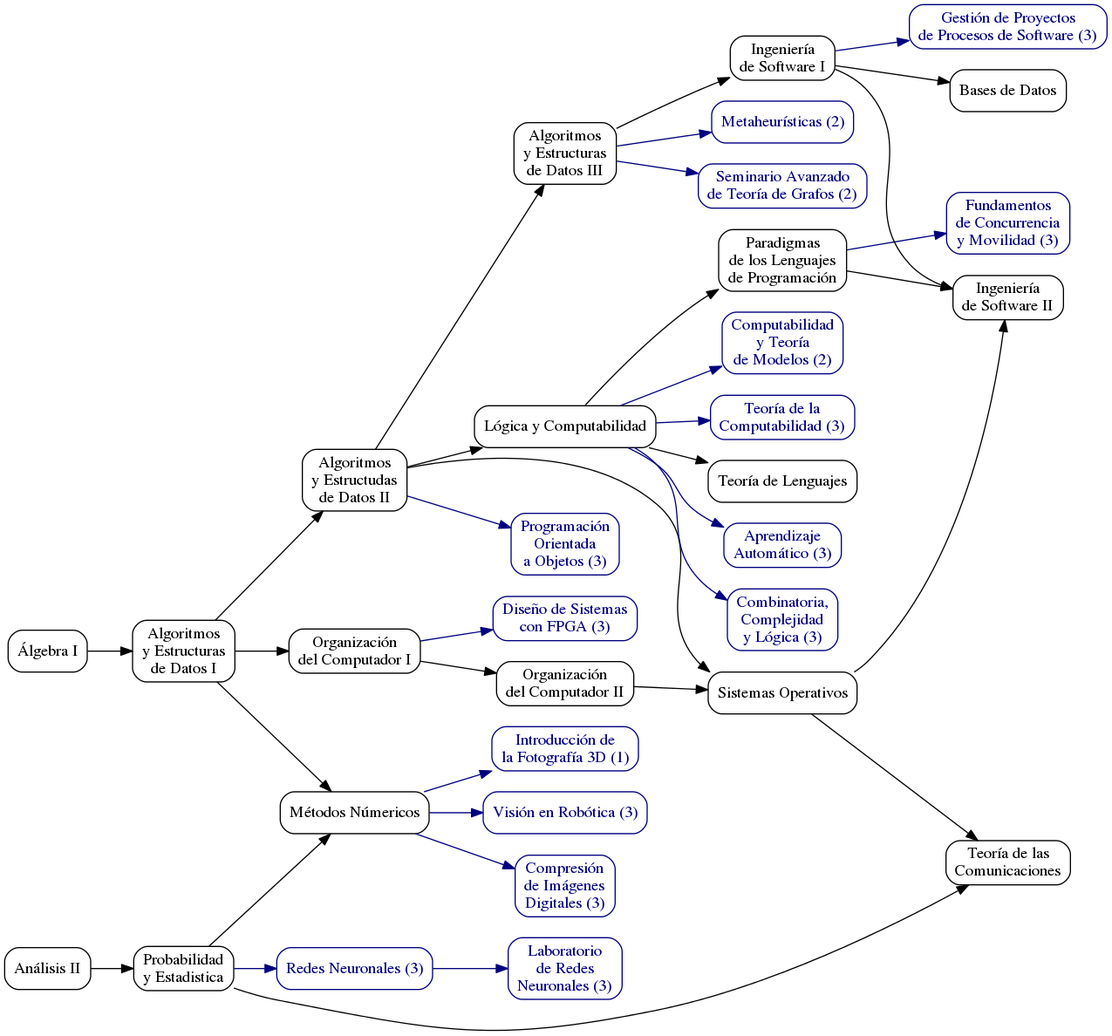
Before: Graph.png, a diagram exported from Graphviz (mfixman/Grafo-DC). Its source is kept beside it as Graph.dot.
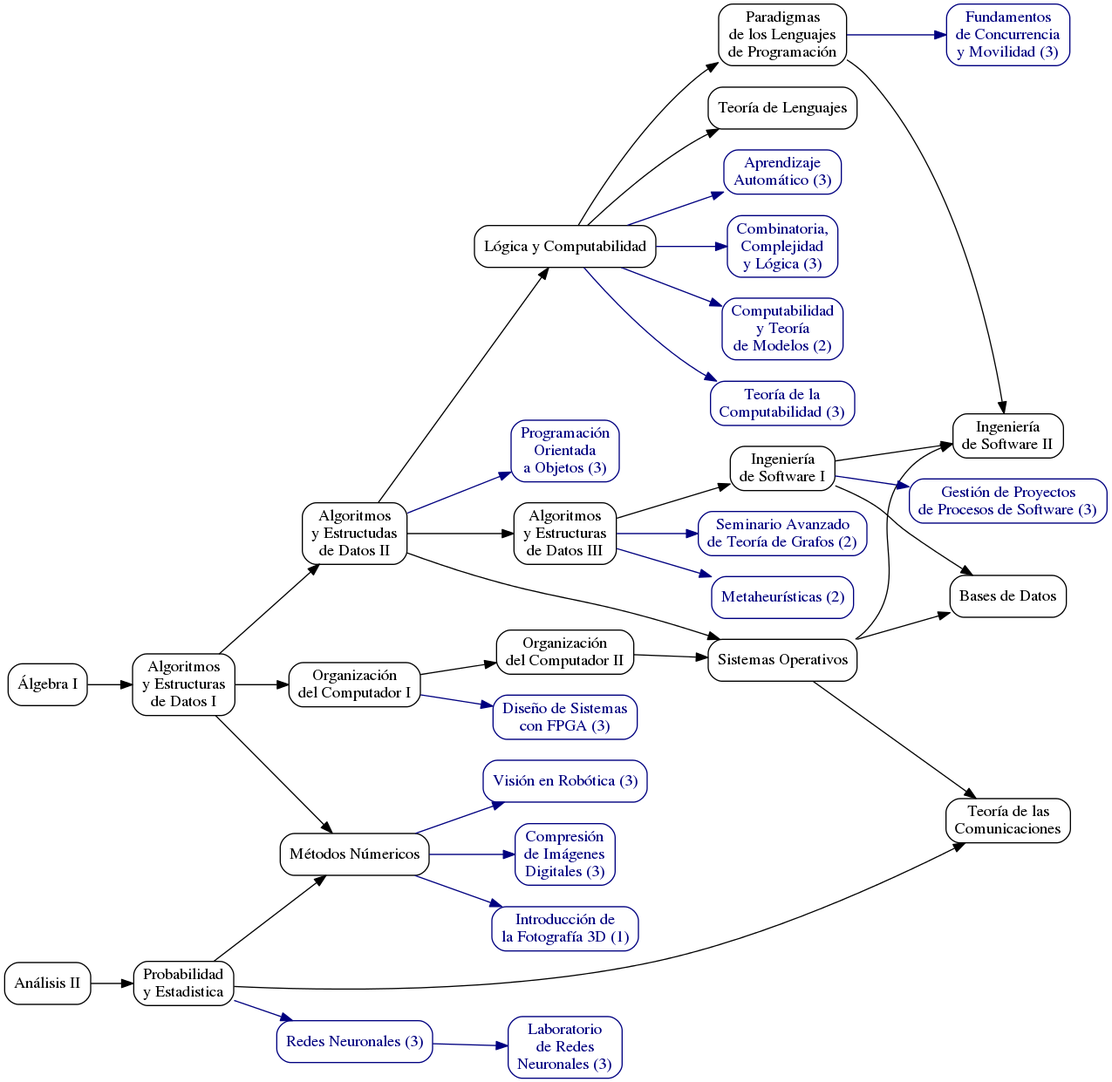
After the commit.

What changed in the source:
```diff
@@ -46,6 +46,7 @@
 	10 -> 16 ;
 	14 -> 16 ;
 	13 -> 16 ;
+	10 -> 15 ;
 
 	node [color = navyblue, fontcolor=navyblue] ;
 	edge [color = navyblue] ;
```
